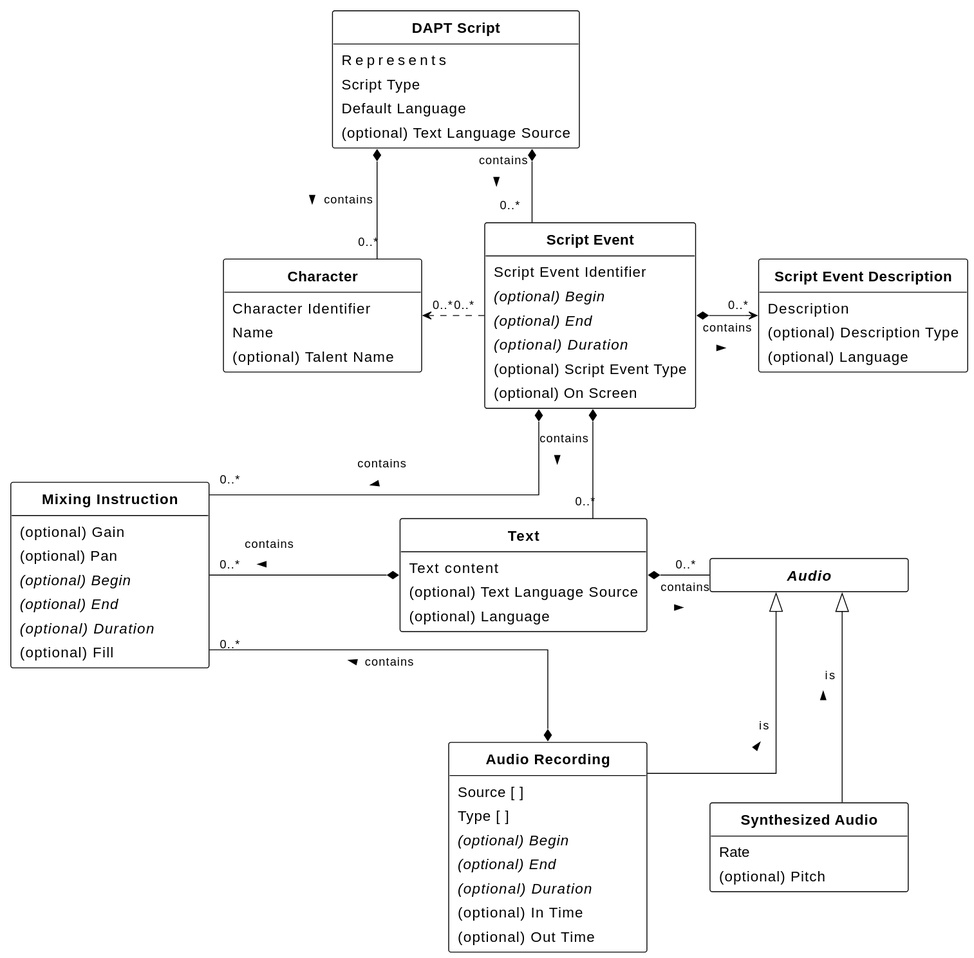
The PlantUML diagram figures/class-diagram.svg in w3c/dapt, before a commit.
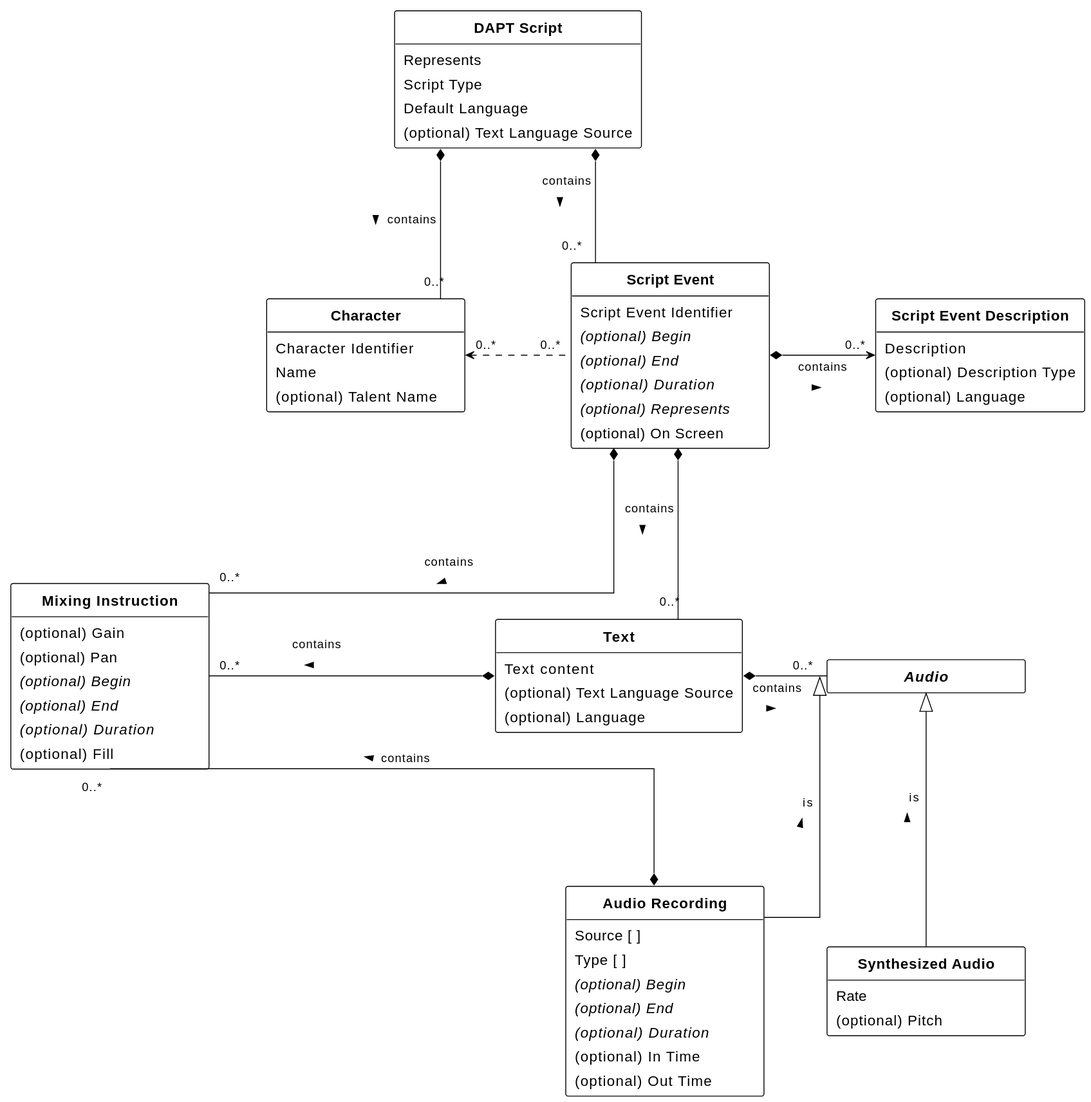
The same diagram one commit later.

Commit message:
Remove Script Event Type, use Represents instead

Change to the diagram source:
```diff
@@ -12,7 +12,7 @@
 skinparam MinClassWidth 220
 
 Class DAPTScript as "**DAPT Script**" [[#dapt-script]] {
-    Alternative For [[[#alternative-for]]]
+    Represents [[[#represents]]]
     Script Type [[[#script-type]]]
     Default Language [[[#default-language]]]
     {field} (optional) Text Language Source [[[#text-language-source]]]
@@ -30,7 +30,7 @@
         {field} {abstract} (optional) Begin [[[#dfn-begin]]]
         {field} {abstract} (optional) End [[[#dfn-end]]]
         {field} {abstract} (optional) Duration [[[#dfn-duration]]]
-        {field} (optional) Script Event Type [[[#dfn-script-event-type]]]
+        {field} {abstract} (optional) Represents [[[#represents-0]]]
         {field} (optional) On Screen [[[#on-screen]]]
     }
 
```
